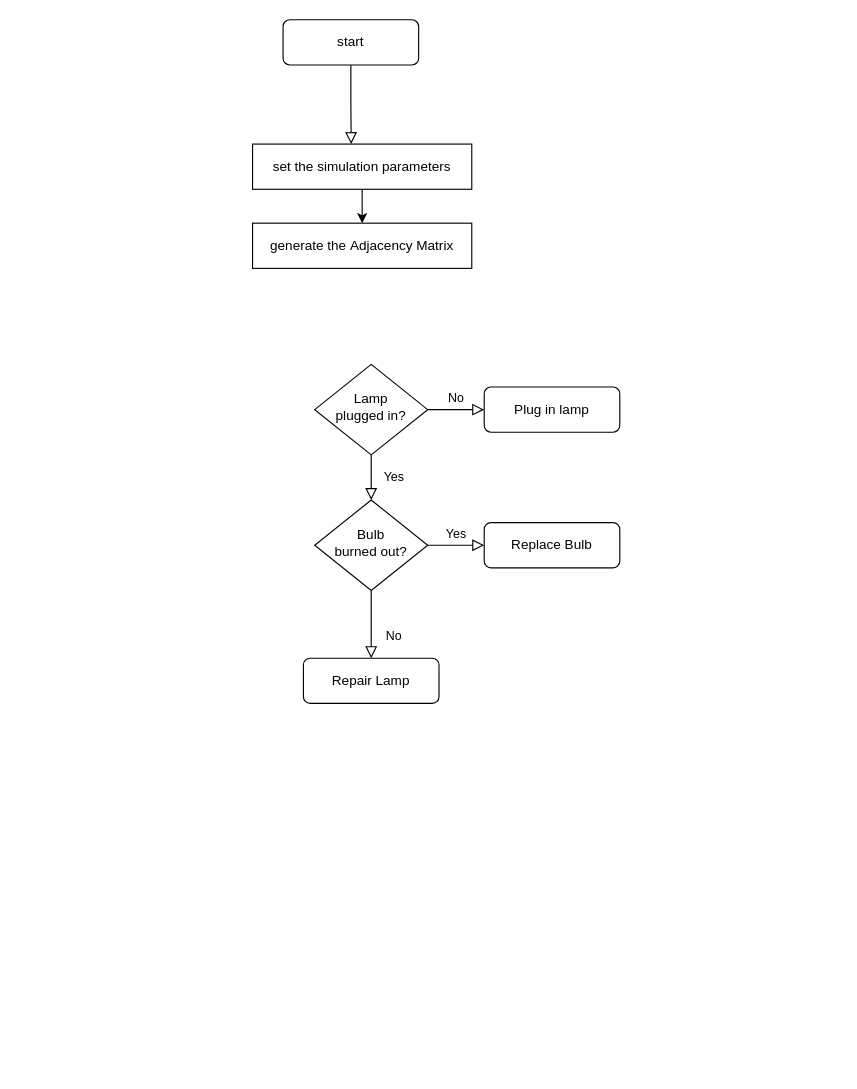
Dora-The-Kid/culture_network keeps this draw.io diagram as Untitled Diagram.drawio. Above is the earlier version. Source tidied: cells renumbered, new cells numbered last; positions are measured from the earlier drawing's top-left corner, leaving out a move shared by most shapes. Both pictures are drawn from the tidied source at 113%, with x=0, y=0 at pixel (252, 19).
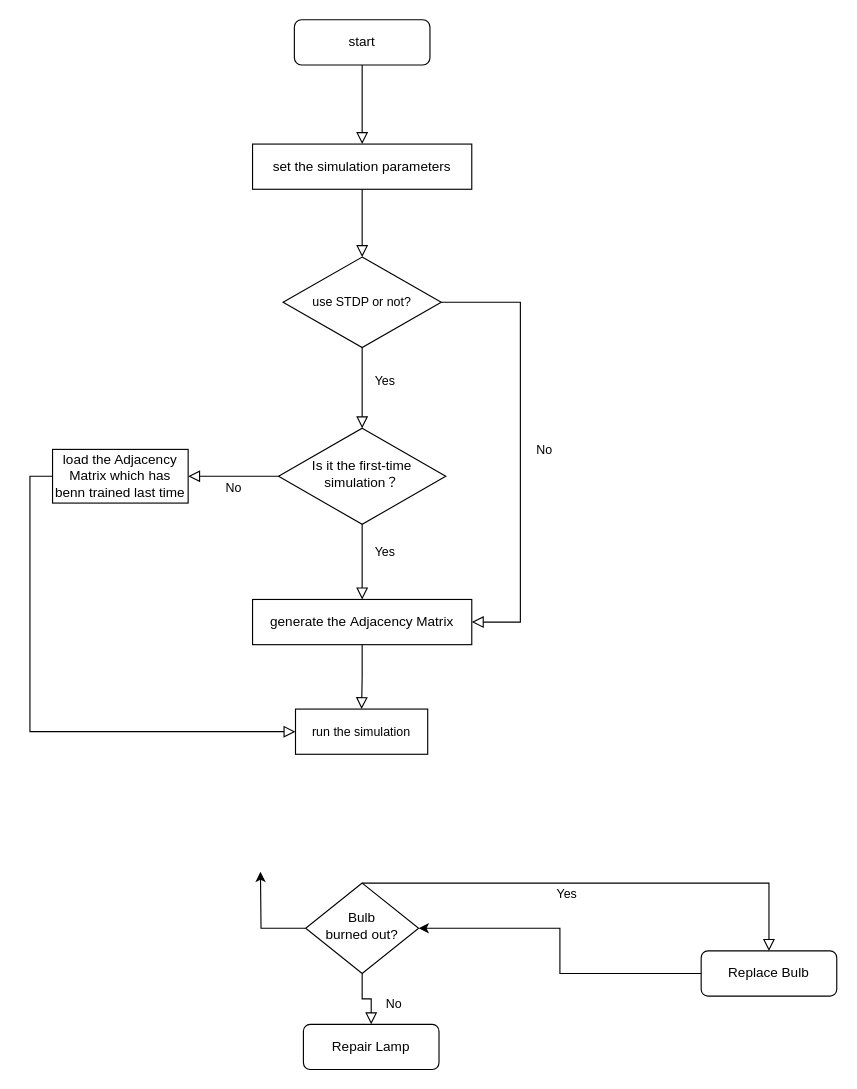
Above is the later version.

Unchanged cells that the change refers to:
```xml
<mxCell id="15" value="set the simulation parameters" style="rounded=0;whiteSpace=wrap;html=1;" parent="1" vertex="1">
  <mxGeometry y="110" width="194" height="40" as="geometry" />
</mxCell>
```

The edit, as a diff of the source:
```diff
@@
-    <mxCell id="2" style="rounded=0;html=1;jettySize=auto;fontSize=11;endArrow=block;endFill=0;endSize=8;strokeWidth=1;shadow=0;labelBackgroundColor=none;edgeStyle=orthogonalEdgeStyle;entryX=0.45;entryY=0;entryDx=0;entryDy=0;entryPerimeter=0;" parent="1" edge="1" source="3" target="15">
+    <mxCell id="2" style="rounded=0;html=1;jettySize=auto;fontSize=11;endArrow=block;endFill=0;endSize=8;strokeWidth=1;shadow=0;labelBackgroundColor=none;edgeStyle=orthogonalEdgeStyle;entryX=0.5;entryY=0;entryDx=0;entryDy=0;" parent="1" edge="1" source="3" target="15">
       <mxGeometry relative="1" as="geometry" />
     </mxCell>
-    <mxCell id="3" value="start" style="rounded=1;whiteSpace=wrap;html=1;fontSize=12;glass=0;strokeWidth=1;shadow=0;" parent="1" vertex="1">
-      <mxGeometry x="27" width="120" height="40" as="geometry" />
+    <mxCell id="3" value="start" style="rounded=1;whiteSpace=wrap;html=1;fontSize=12;glass=0;strokeWidth=1;shadow=0;arcSize=16;" parent="1" vertex="1">
+      <mxGeometry x="37" width="120" height="40" as="geometry" />
     </mxCell>
-    <mxCell id="4" value="Yes" style="rounded=0;html=1;jettySize=auto;fontSize=11;endArrow=block;endFill=0;endSize=8;strokeWidth=1;shadow=0;labelBackgroundColor=none;edgeStyle=orthogonalEdgeStyle;" parent="1" edge="1" source="7" target="11">
-      <mxGeometry y="20" relative="1" as="geometry" />
-    </mxCell>
-    <mxCell id="5" value="No" style="edgeStyle=orthogonalEdgeStyle;rounded=0;html=1;jettySize=auto;fontSize=11;endArrow=block;endFill=0;endSize=8;strokeWidth=1;shadow=0;labelBackgroundColor=none;" parent="1" edge="1" source="7" target="8">
+    <mxCell id="5" value="No" style="edgeStyle=orthogonalEdgeStyle;rounded=0;html=1;jettySize=auto;fontSize=11;endArrow=block;endFill=0;endSize=8;strokeWidth=1;shadow=0;labelBackgroundColor=none;exitX=0;exitY=0.5;exitDx=0;exitDy=0;" parent="1" edge="1" source="7" target="8">
       <mxGeometry y="10" relative="1" as="geometry" />
     </mxCell>
-    <mxCell id="6" style="edgeStyle=orthogonalEdgeStyle;rounded=0;jettySize=auto;html=1;exitX=0.5;exitY=0;exitDx=0;exitDy=0;" parent="1" edge="1" source="7">
-      <mxGeometry relative="1" as="geometry">
-        <mxPoint x="105" y="305" as="targetPoint" />
-      </mxGeometry>
-    </mxCell>
+    <mxCell id="17" value="Yes" style="edgeStyle=orthogonalEdgeStyle;shape=connector;rounded=0;jettySize=auto;html=1;exitX=0.5;exitY=1;exitDx=0;exitDy=0;entryX=0.5;entryY=0;entryDx=0;entryDy=0;shadow=0;labelBackgroundColor=none;fontFamily=Helvetica;fontSize=11;fontColor=default;endArrow=block;endFill=0;endSize=8;strokeColor=default;strokeWidth=1;" parent="1" edge="1" source="7" target="16">
+      <mxGeometry x="-0.29" y="20" relative="1" as="geometry">
+        <Array as="points">
+          <mxPoint x="97" y="480" />
+          <mxPoint x="97" y="480" />
+        </Array>
+      </mxGeometry>
+    </mxCell>
-    <mxCell id="7" value="Lamp&lt;br&gt;plugged in?" style="rhombus;whiteSpace=wrap;html=1;shadow=0;fontFamily=Helvetica;fontSize=12;align=center;strokeWidth=1;spacing=6;spacingTop=-4;" parent="1" vertex="1">
-      <mxGeometry x="55" y="305" width="100" height="80" as="geometry" />
+    <mxCell id="7" value="Is it the first-time simulation？" style="rhombus;whiteSpace=wrap;html=1;shadow=0;fontFamily=Helvetica;fontSize=12;align=center;strokeWidth=1;spacing=6;spacingTop=-4;" parent="1" vertex="1">
+      <mxGeometry x="23" y="361.5" width="148" height="85" as="geometry" />
     </mxCell>
+    <mxCell id="18" style="edgeStyle=orthogonalEdgeStyle;shape=connector;rounded=0;jettySize=auto;html=1;exitX=0;exitY=0.5;exitDx=0;exitDy=0;entryX=0;entryY=0.5;entryDx=0;entryDy=0;shadow=0;labelBackgroundColor=none;fontFamily=Helvetica;fontSize=11;fontColor=default;endArrow=block;endFill=0;endSize=8;strokeColor=default;strokeWidth=1;" parent="1" edge="1" source="8" target="27">
+      <mxGeometry relative="1" as="geometry" />
+    </mxCell>
-    <mxCell id="8" value="Plug in lamp" style="rounded=1;whiteSpace=wrap;html=1;fontSize=12;glass=0;strokeWidth=1;shadow=0;" parent="1" vertex="1">
-      <mxGeometry x="205" y="325" width="120" height="40" as="geometry" />
+    <mxCell id="8" value="load the Adjacency Matrix which has benn trained last time" style="rounded=1;whiteSpace=wrap;html=1;fontSize=12;glass=0;strokeWidth=1;shadow=0;arcSize=0;" parent="1" vertex="1">
+      <mxGeometry x="-177" y="380.2" width="120" height="47.5" as="geometry" />
     </mxCell>
@@
     <mxCell id="10" value="Yes" style="edgeStyle=orthogonalEdgeStyle;rounded=0;html=1;jettySize=auto;fontSize=11;endArrow=block;endFill=0;endSize=8;strokeWidth=1;shadow=0;labelBackgroundColor=none;" parent="1" edge="1" source="11" target="13">
-      <mxGeometry y="10" relative="1" as="geometry" />
+      <mxGeometry x="-0.14" y="-10" relative="1" as="geometry">
+        <Array as="points">
+          <mxPoint x="457" y="764" />
+        </Array>
+      </mxGeometry>
     </mxCell>
+    <mxCell id="19" style="edgeStyle=orthogonalEdgeStyle;rounded=0;jettySize=auto;html=1;" parent="1" edge="1" source="11">
+      <mxGeometry relative="1" as="geometry">
+        <mxPoint x="7" y="754" as="targetPoint" />
+      </mxGeometry>
+    </mxCell>
     <mxCell id="11" value="Bulb&lt;br&gt;burned out?" style="rhombus;whiteSpace=wrap;html=1;shadow=0;fontFamily=Helvetica;fontSize=12;align=center;strokeWidth=1;spacing=6;spacingTop=-4;" parent="1" vertex="1">
-      <mxGeometry x="55" y="425" width="100" height="80" as="geometry" />
+      <mxGeometry x="47" y="764" width="100" height="80" as="geometry" />
     </mxCell>
     <mxCell id="12" value="Repair Lamp" style="rounded=1;whiteSpace=wrap;html=1;fontSize=12;glass=0;strokeWidth=1;shadow=0;" parent="1" vertex="1">
-      <mxGeometry x="45" y="565" width="120" height="40" as="geometry" />
+      <mxGeometry x="45" y="889" width="120" height="40" as="geometry" />
     </mxCell>
+    <mxCell id="20" style="edgeStyle=orthogonalEdgeStyle;rounded=0;jettySize=auto;html=1;" parent="1" edge="1" source="13" target="11">
+      <mxGeometry relative="1" as="geometry" />
+    </mxCell>
     <mxCell id="13" value="Replace Bulb" style="rounded=1;whiteSpace=wrap;html=1;fontSize=12;glass=0;strokeWidth=1;shadow=0;" parent="1" vertex="1">
-      <mxGeometry x="205" y="445" width="120" height="40" as="geometry" />
+      <mxGeometry x="397" y="824" width="120" height="40" as="geometry" />
     </mxCell>
-    <mxCell id="14" style="edgeStyle=orthogonalEdgeStyle;rounded=0;jettySize=auto;html=1;exitX=0.5;exitY=1;exitDx=0;exitDy=0;entryX=0.5;entryY=0;entryDx=0;entryDy=0;" parent="1" edge="1" source="15" target="16">
-      <mxGeometry relative="1" as="geometry" />
-    </mxCell>
+    <mxCell id="21" style="edgeStyle=orthogonalEdgeStyle;shape=connector;rounded=0;jettySize=auto;html=1;exitX=0.5;exitY=1;exitDx=0;exitDy=0;entryX=0.5;entryY=0;entryDx=0;entryDy=0;shadow=0;labelBackgroundColor=none;fontFamily=Helvetica;fontSize=11;fontColor=default;endArrow=block;endFill=0;endSize=8;strokeColor=default;strokeWidth=1;" parent="1" edge="1" source="15" target="26">
+      <mxGeometry relative="1" as="geometry" />
+    </mxCell>
@@
+    <mxCell id="22" style="edgeStyle=orthogonalEdgeStyle;shape=connector;rounded=0;jettySize=auto;html=1;exitX=0.5;exitY=1;exitDx=0;exitDy=0;entryX=0.5;entryY=0;entryDx=0;entryDy=0;shadow=0;labelBackgroundColor=none;fontFamily=Helvetica;fontSize=11;fontColor=default;endArrow=block;endFill=0;endSize=8;strokeColor=default;strokeWidth=1;" parent="1" edge="1" source="16" target="27">
+      <mxGeometry relative="1" as="geometry" />
+    </mxCell>
     <mxCell id="16" value="generate the&amp;nbsp;Adjacency Matrix" style="rounded=0;whiteSpace=wrap;html=1;" parent="1" vertex="1">
-      <mxGeometry y="180" width="194" height="40" as="geometry" />
+      <mxGeometry y="513" width="194" height="40" as="geometry" />
     </mxCell>
+    <mxCell id="23" value="Yes" style="edgeStyle=orthogonalEdgeStyle;shape=connector;rounded=0;jettySize=auto;html=1;exitX=0.5;exitY=1;exitDx=0;exitDy=0;entryX=0.5;entryY=0;entryDx=0;entryDy=0;shadow=0;labelBackgroundColor=none;fontFamily=Helvetica;fontSize=11;fontColor=default;endArrow=block;endFill=0;endSize=8;strokeColor=default;strokeWidth=1;" parent="1" edge="1" source="26" target="7">
+      <mxGeometry x="-0.16" y="20" relative="1" as="geometry" />
+    </mxCell>
+    <mxCell id="24" style="edgeStyle=orthogonalEdgeStyle;shape=connector;rounded=0;jettySize=auto;html=1;exitX=1;exitY=0.5;exitDx=0;exitDy=0;entryX=1;entryY=0.5;entryDx=0;entryDy=0;shadow=0;labelBackgroundColor=none;fontFamily=Helvetica;fontSize=11;fontColor=default;endArrow=block;endFill=0;endSize=8;strokeColor=default;strokeWidth=1;" parent="1" edge="1" source="26" target="16">
+      <mxGeometry relative="1" as="geometry">
+        <Array as="points">
+          <mxPoint x="237" y="250" />
+          <mxPoint x="237" y="533" />
+        </Array>
+      </mxGeometry>
+    </mxCell>
+    <mxCell id="25" value="No" style="edgeLabel;html=1;align=center;verticalAlign=middle;fontSize=11;fontFamily=Helvetica;fontColor=default;" parent="24" vertex="1">
+      <mxGeometry x="-0.06" relative="1" as="geometry">
+        <mxPoint x="20" y="14" as="offset" />
+      </mxGeometry>
+    </mxCell>
+    <mxCell id="26" value="use STDP or not?" style="rhombus;whiteSpace=wrap;html=1;fontFamily=Helvetica;fontSize=11;fontColor=default;" parent="1" vertex="1">
+      <mxGeometry x="27" y="210" width="140" height="80" as="geometry" />
+    </mxCell>
+    <mxCell id="27" value="run the simulation" style="rounded=0;whiteSpace=wrap;html=1;fontFamily=Helvetica;fontSize=11;fontColor=default;" parent="1" vertex="1">
+      <mxGeometry x="38" y="610" width="117" height="40" as="geometry" />
+    </mxCell>
```
